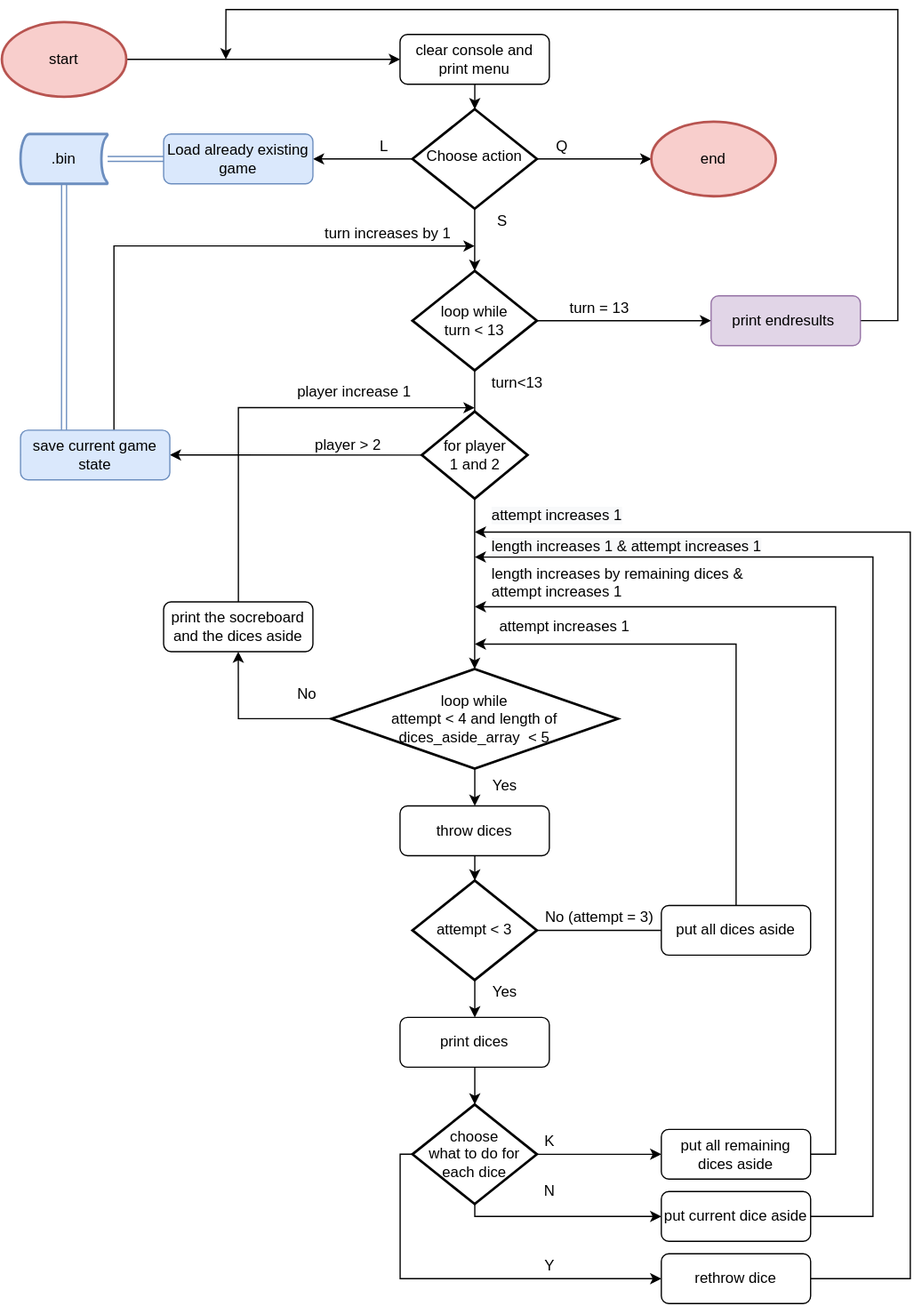
This is src/Untitled Diagram.drawio.svg from weltitob/kniffel, a draw.io export, as it was before one commit. Source tidied: cells renumbered, new cells last; positions are measured from the earlier drawing's top-left corner, leaving out a move shared by most shapes.
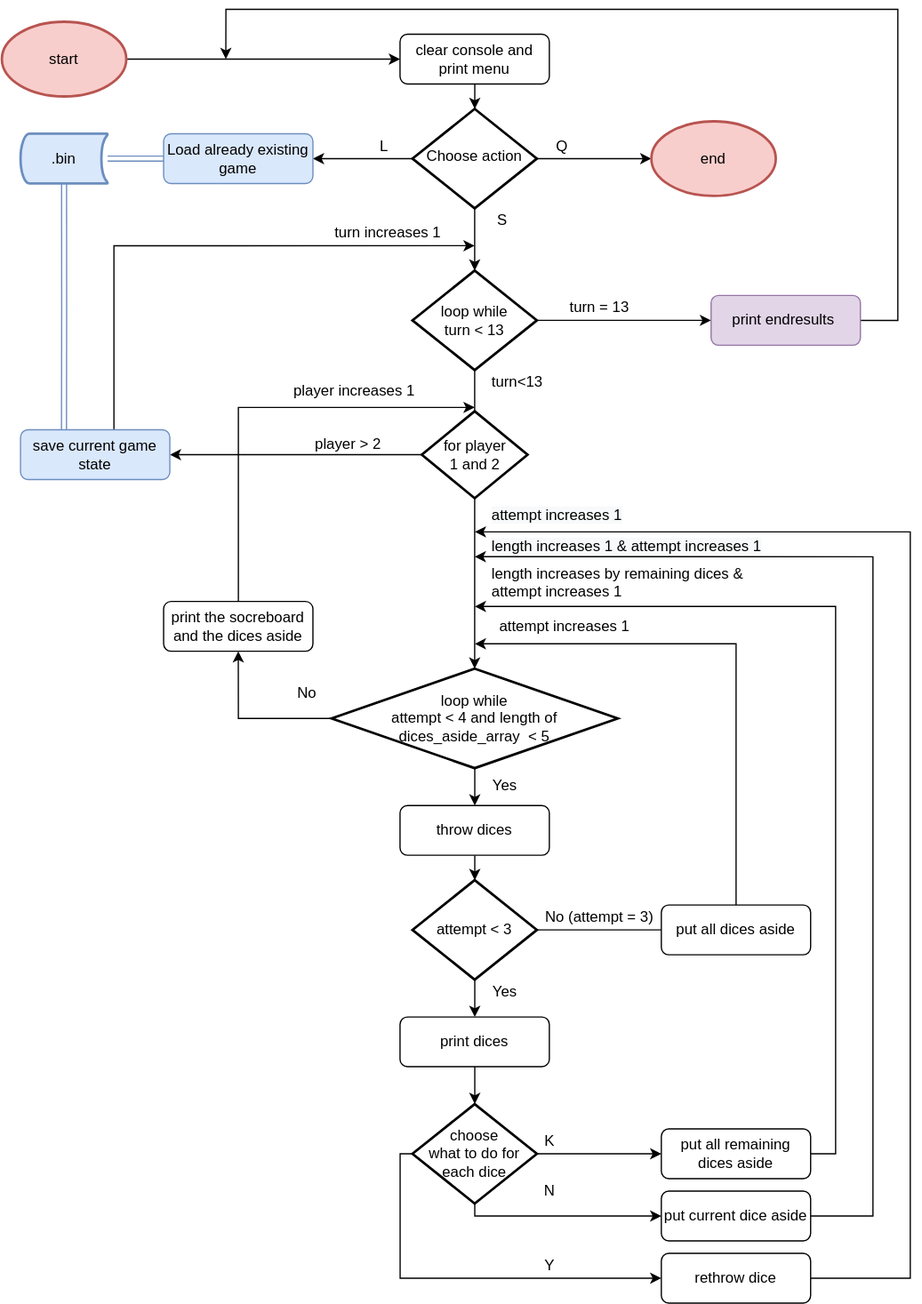
Above is the later version.

The edit, as a diff of the source:
```diff
@@ -43,8 +43,8 @@
     <mxCell id="14" value="throw dices" style="whiteSpace=wrap;html=1;rounded=1;glass=0;strokeWidth=1;shadow=0;" parent="1" vertex="1">
       <mxGeometry x="320" y="639.9" width="120" height="40" as="geometry" />
     </mxCell>
-    <mxCell id="15" value="turn increases by 1" style="text;html=1;align=center;verticalAlign=middle;strokeColor=none;fillColor=none;" parent="1" vertex="1">
-      <mxGeometry x="250" y="169.9" width="120" height="20" as="geometry" />
+    <mxCell id="15" value="turn increases&amp;nbsp;1" style="text;html=1;align=center;verticalAlign=middle;strokeColor=none;fillColor=none;" parent="1" vertex="1">
+      <mxGeometry x="260" y="169.9" width="100" height="20" as="geometry" />
     </mxCell>
     <mxCell id="16" style="edgeStyle=orthogonalEdgeStyle;rounded=0;jettySize=auto;html=1;exitX=0.5;exitY=1;exitDx=0;exitDy=0;exitPerimeter=0;entryX=0.291;entryY=0.125;entryDx=0;entryDy=0;entryPerimeter=0;fontColor=default;endFill=1;shape=link;fillColor=#dae8fc;strokeColor=#6c8ebf;" parent="1" edge="1" source="17" target="63">
       <mxGeometry relative="1" as="geometry" />
@@ -243,7 +243,7 @@
     <mxCell id="63" value="save current game state" style="rounded=1;whiteSpace=wrap;html=1;fontSize=12;glass=0;strokeWidth=1;shadow=0;fillColor=#dae8fc;strokeColor=#6c8ebf;" parent="1" vertex="1">
       <mxGeometry x="15" y="337.9" width="120" height="40" as="geometry" />
     </mxCell>
-    <mxCell id="64" value="player increase 1" style="text;html=1;align=center;verticalAlign=middle;strokeColor=none;fillColor=none;fontColor=default;" parent="1" vertex="1">
+    <mxCell id="64" value="player increases 1" style="text;html=1;align=center;verticalAlign=middle;strokeColor=none;fillColor=none;fontColor=default;" parent="1" vertex="1">
       <mxGeometry x="227.5" y="296.9" width="110" height="20" as="geometry" />
     </mxCell>
     <mxCell id="65" style="edgeStyle=orthogonalEdgeStyle;rounded=0;jettySize=auto;html=1;fontColor=default;endFill=1;" parent="1" edge="1" source="66">
```
